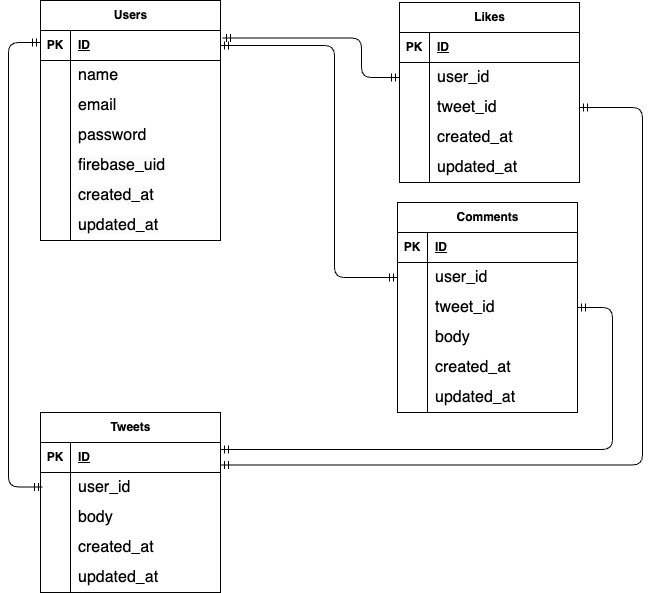
This is er.drawio.png from youhonami/modan1, a draw.io export, as it was before one commit. Source tidied: cells renumbered, new cells last; positions are measured from the earlier drawing's top-left corner, leaving out a move shared by most shapes.
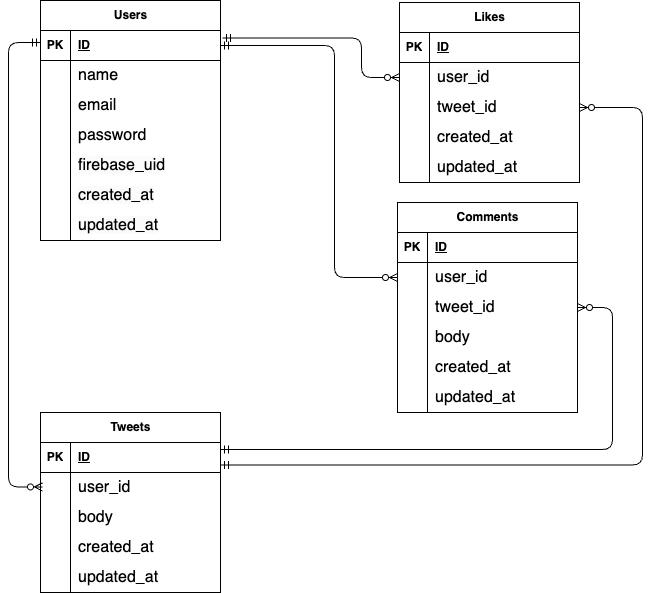
The same diagram one commit later.

Diff of the diagram source:
```diff
@@ -221,7 +221,7 @@
     <mxCell id="74" value="&lt;span style=&quot;color: rgb(0, 0, 0); font-size: 16px; text-align: center;&quot;&gt;updated_at&lt;/span&gt;" style="shape=partialRectangle;fillColor=none;top=0;left=0;bottom=0;right=0;align=left;spacingLeft=6;overflow=hidden;whiteSpace=wrap;html=1;" parent="72" vertex="1">
       <mxGeometry x="30" width="150" height="30" as="geometry" />
     </mxCell>
-    <mxCell id="75" style="fontSize=12;html=1;endArrow=ERmandOne;startArrow=ERmandOne;rounded=1;strokeColor=default;align=center;verticalAlign=middle;fontFamily=Helvetica;fontColor=default;labelBackgroundColor=default;edgeStyle=elbowEdgeStyle;exitX=0.011;exitY=0.481;exitDx=0;exitDy=0;exitPerimeter=0;" parent="1" edge="1" source="28">
+    <mxCell id="75" style="fontSize=12;html=1;endArrow=ERmandOne;startArrow=ERzeroToMany;rounded=1;strokeColor=default;align=center;verticalAlign=middle;fontFamily=Helvetica;fontColor=default;labelBackgroundColor=default;edgeStyle=elbowEdgeStyle;exitX=0.011;exitY=0.481;exitDx=0;exitDy=0;exitPerimeter=0;startFill=0;" parent="1" edge="1" source="28">
       <mxGeometry relative="1" as="geometry">
         <mxPoint x="32" y="42" as="targetPoint" />
         <Array as="points">
@@ -229,21 +229,21 @@
         </Array>
       </mxGeometry>
     </mxCell>
-    <mxCell id="76" style="edgeStyle=elbowEdgeStyle;fontSize=12;html=1;endArrow=ERmandOne;startArrow=ERmandOne;rounded=1;strokeColor=default;align=center;verticalAlign=middle;fontFamily=Helvetica;fontColor=default;labelBackgroundColor=default;entryX=0;entryY=0.5;entryDx=0;entryDy=0;exitX=1.011;exitY=0.25;exitDx=0;exitDy=0;exitPerimeter=0;" parent="1" edge="1" source="3" target="63">
+    <mxCell id="76" style="edgeStyle=elbowEdgeStyle;fontSize=12;html=1;endArrow=ERzeroToMany;startArrow=ERmandOne;rounded=1;strokeColor=default;align=center;verticalAlign=middle;fontFamily=Helvetica;fontColor=default;labelBackgroundColor=default;entryX=0;entryY=0.5;entryDx=0;entryDy=0;exitX=1.011;exitY=0.25;exitDx=0;exitDy=0;exitPerimeter=0;endFill=0;" parent="1" edge="1" source="3" target="63">
       <mxGeometry relative="1" as="geometry">
         <Array as="points">
           <mxPoint x="353" y="59" />
         </Array>
       </mxGeometry>
     </mxCell>
-    <mxCell id="77" style="edgeStyle=elbowEdgeStyle;fontSize=12;html=1;endArrow=ERmandOne;startArrow=ERmandOne;rounded=1;strokeColor=default;align=center;verticalAlign=middle;fontFamily=Helvetica;fontColor=default;labelBackgroundColor=default;entryX=0;entryY=0.5;entryDx=0;entryDy=0;exitX=1;exitY=0.5;exitDx=0;exitDy=0;" parent="1" edge="1" source="3" target="44">
+    <mxCell id="77" style="edgeStyle=elbowEdgeStyle;fontSize=12;html=1;endArrow=ERzeroToMany;startArrow=ERmandOne;rounded=1;strokeColor=default;align=center;verticalAlign=middle;fontFamily=Helvetica;fontColor=default;labelBackgroundColor=default;entryX=0;entryY=0.5;entryDx=0;entryDy=0;exitX=1;exitY=0.5;exitDx=0;exitDy=0;endFill=0;" parent="1" edge="1" source="3" target="44">
       <mxGeometry relative="1" as="geometry">
         <Array as="points">
           <mxPoint x="326" y="158" />
         </Array>
       </mxGeometry>
     </mxCell>
-    <mxCell id="78" style="edgeStyle=elbowEdgeStyle;fontSize=12;html=1;endArrow=ERmandOne;startArrow=ERmandOne;rounded=1;strokeColor=default;align=center;verticalAlign=middle;fontFamily=Helvetica;fontColor=default;labelBackgroundColor=default;exitX=1;exitY=0.5;exitDx=0;exitDy=0;entryX=1;entryY=0.5;entryDx=0;entryDy=0;" parent="1" edge="1" target="66">
+    <mxCell id="78" style="edgeStyle=elbowEdgeStyle;fontSize=12;html=1;endArrow=ERzeroToMany;startArrow=ERmandOne;rounded=1;strokeColor=default;align=center;verticalAlign=middle;fontFamily=Helvetica;fontColor=default;labelBackgroundColor=default;exitX=1;exitY=0.5;exitDx=0;exitDy=0;entryX=1;entryY=0.5;entryDx=0;entryDy=0;endFill=0;" parent="1" edge="1" target="66">
       <mxGeometry relative="1" as="geometry">
         <mxPoint x="212" y="464.5" as="sourcePoint" />
         <Array as="points">
@@ -251,7 +251,7 @@
         </Array>
       </mxGeometry>
     </mxCell>
-    <mxCell id="79" style="edgeStyle=orthogonalEdgeStyle;fontSize=12;html=1;endArrow=ERmandOne;startArrow=ERmandOne;rounded=1;strokeColor=default;align=center;verticalAlign=middle;fontFamily=Helvetica;fontColor=default;labelBackgroundColor=default;entryX=1;entryY=0.5;entryDx=0;entryDy=0;" parent="1" edge="1" target="47">
+    <mxCell id="79" style="edgeStyle=orthogonalEdgeStyle;fontSize=12;html=1;endArrow=ERzeroToMany;startArrow=ERmandOne;rounded=1;strokeColor=default;align=center;verticalAlign=middle;fontFamily=Helvetica;fontColor=default;labelBackgroundColor=default;entryX=1;entryY=0.5;entryDx=0;entryDy=0;endFill=0;" parent="1" edge="1" target="47">
       <mxGeometry relative="1" as="geometry">
         <mxPoint x="212" y="449" as="sourcePoint" />
         <Array as="points">
```
